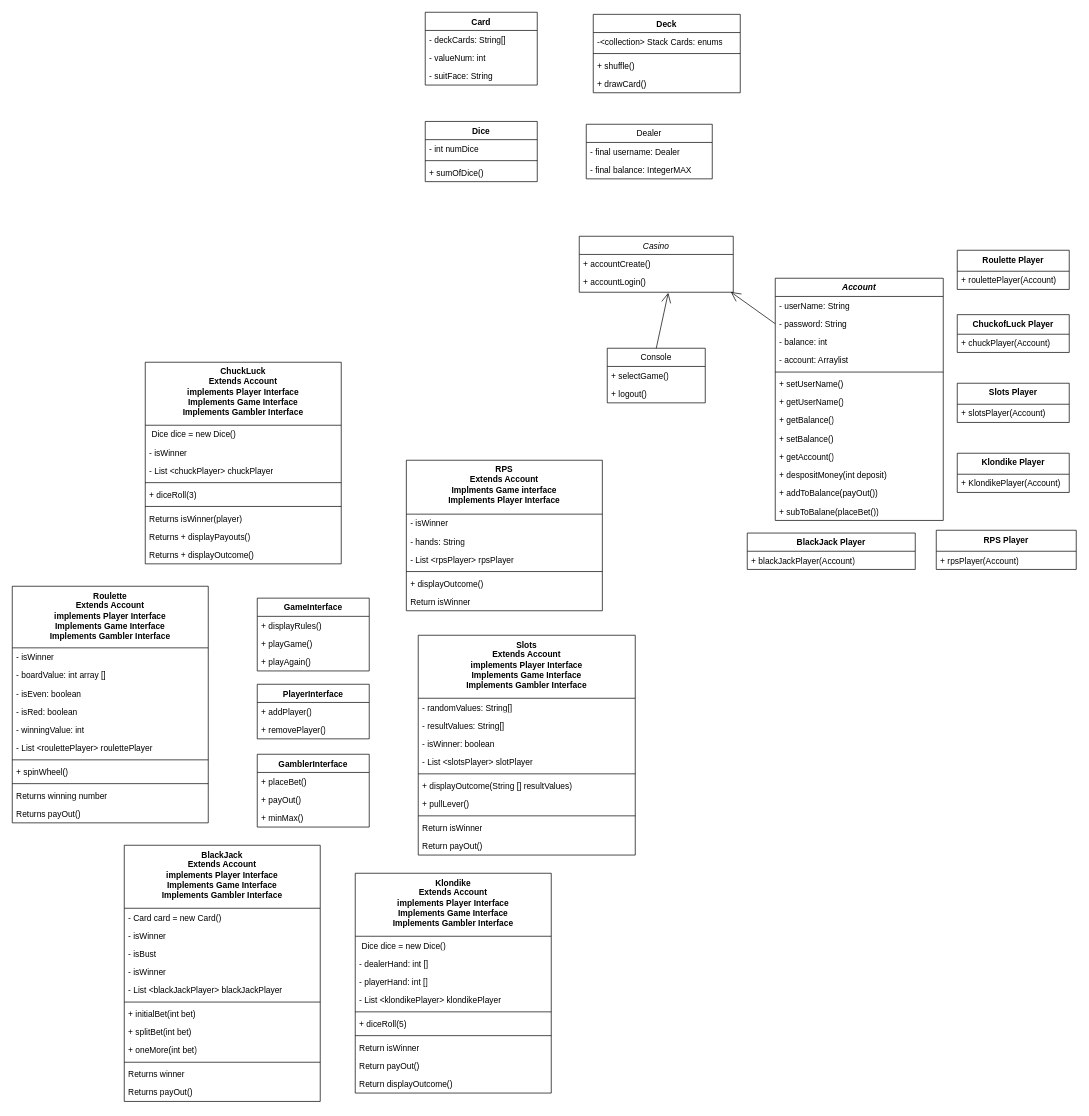
This is Untitled Diagram.drawio from Crystal-Hyacinth-Casino/GroupCasino, a draw.io file, before an edit. Source tidied: cells renumbered, new cells numbered last; positions are measured from the earlier drawing's top-left corner, leaving out a move shared by most shapes. Both pictures are drawn from the tidied source at 70%, with x=0, y=0 at pixel (12, 12).
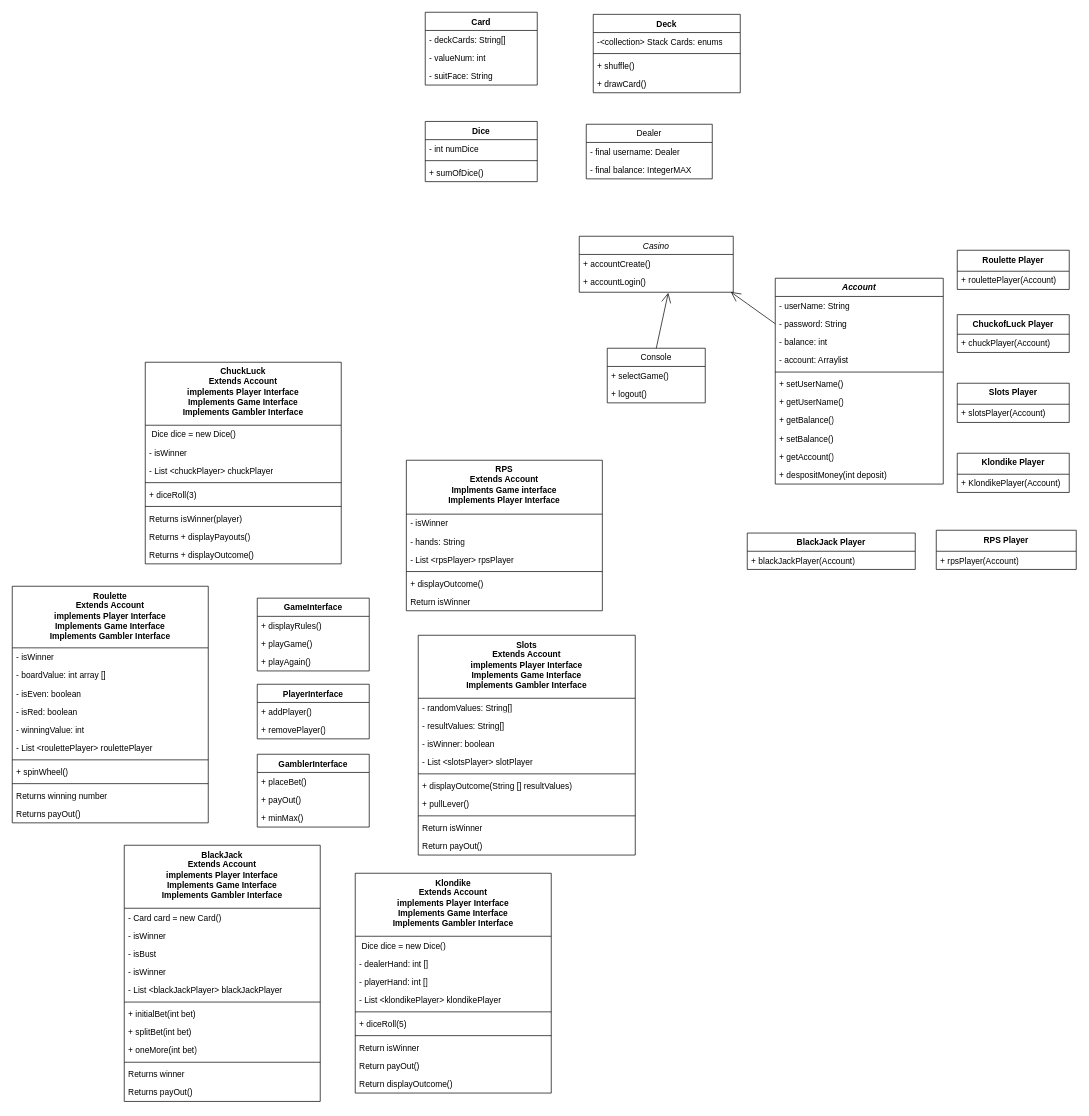
Above is the later version.

Change to the diagram source:
```diff
@@
     <mxCell id="19" value="&lt;i&gt;Account&lt;/i&gt;" style="swimlane;fontStyle=1;align=center;verticalAlign=top;horizontal=1;startSize=26;whiteSpace=wrap;html=1;" parent="1" vertex="1">
-      <mxGeometry x="1090" y="380" width="240" height="346" as="geometry" />
+      <mxGeometry x="1090" y="380" width="240" height="294" as="geometry" />
     </mxCell>
@@
-    <mxCell id="31" value="+ addToBalance(payOut())" style="text;strokeColor=none;fillColor=none;align=left;verticalAlign=top;spacingLeft=4;spacingRight=4;overflow=hidden;whiteSpace=wrap;html=1;" parent="19" vertex="1">
-      <mxGeometry y="294" width="240" height="26" as="geometry" />
-    </mxCell>
-    <mxCell id="32" value="+ subToBalane(placeBet())" style="text;strokeColor=none;fillColor=none;align=left;verticalAlign=top;spacingLeft=4;spacingRight=4;overflow=hidden;whiteSpace=wrap;html=1;" parent="19" vertex="1">
-      <mxGeometry y="320" width="240" height="26" as="geometry" />
-    </mxCell>
```
